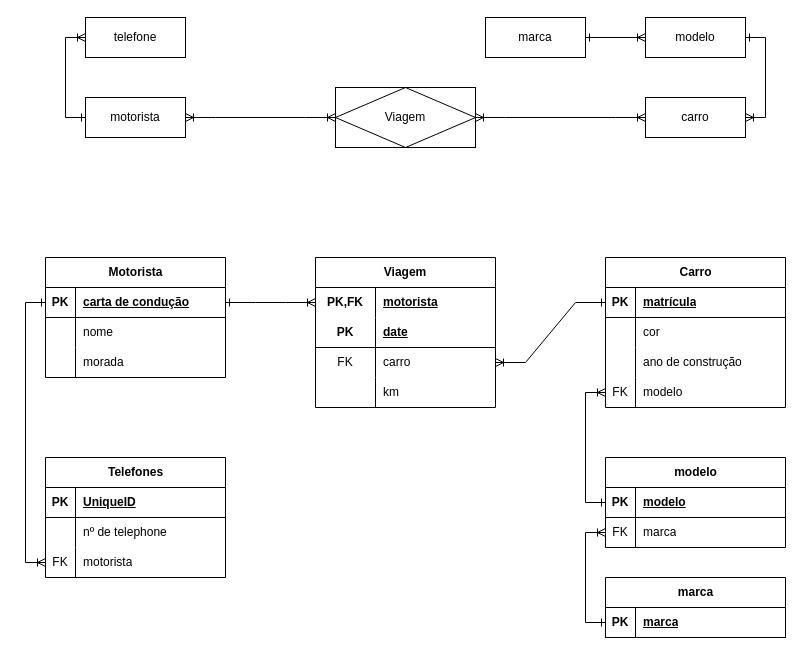
The draw.io diagram Bases_de_Dados/DB_PL01_Ex08.drawio in G-Man27/portfolio-CESAE, before the edit. Source tidied: cells renumbered, new cells numbered last; positions are measured from the earlier drawing's top-left corner, leaving out a move shared by most shapes. Both pictures are drawn from the tidied source at 100%, with x=0, y=0 at pixel (25, 17).
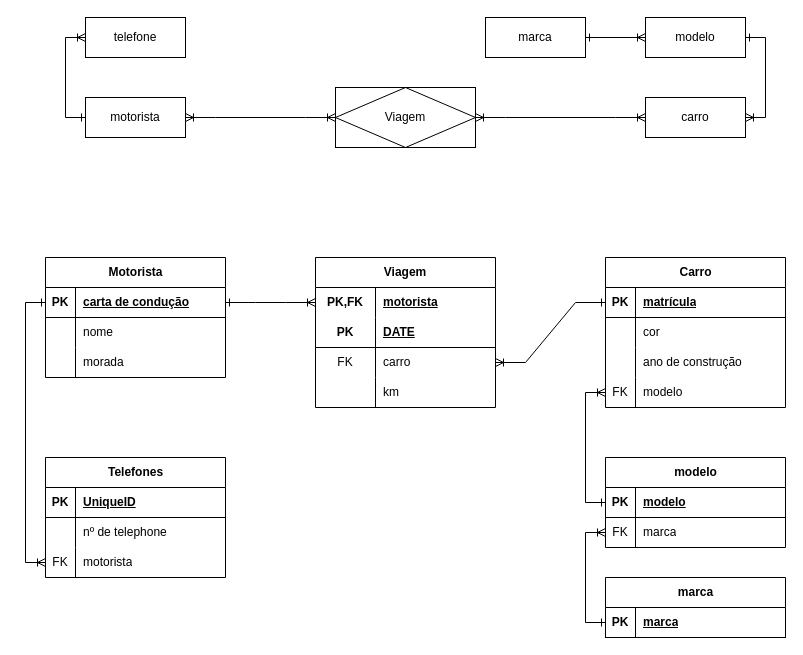
The same page after the edit.

Unchanged cells that the change refers to:
```xml
<mxCell id="57" style="shape=tableRow;horizontal=0;startSize=0;swimlaneHead=0;swimlaneBody=0;fillColor=none;top=0;left=0;right=0;bottom=1;html=1;" parent="53" vertex="1">
  <mxGeometry y="60" width="180" height="30" as="geometry" />
</mxCell>
```

Change to the diagram source:
```diff
@@
-    <mxCell id="59" value="date" style="shape=partialRectangle;fillColor=none;top=0;left=0;bottom=0;right=0;align=left;spacingLeft=6;fontStyle=5;overflow=hidden;html=1;whiteSpace=wrap;" parent="57" vertex="1">
+    <mxCell id="59" value="DATE" style="shape=partialRectangle;fillColor=none;top=0;left=0;bottom=0;right=0;align=left;spacingLeft=6;fontStyle=5;overflow=hidden;html=1;whiteSpace=wrap;" parent="57" vertex="1">
       <mxGeometry x="60" width="120" height="30" as="geometry" />
     </mxCell>
```
